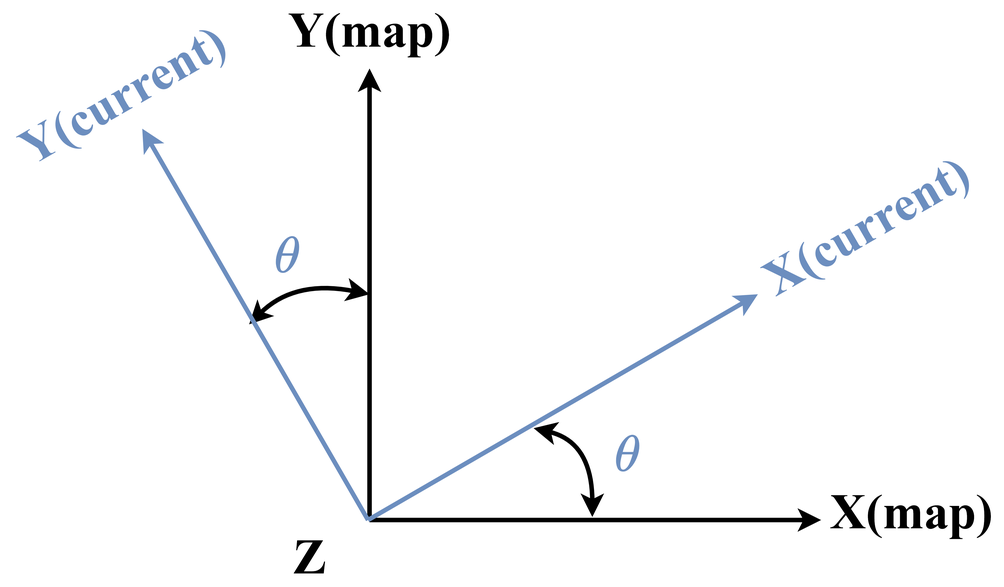
This is Fig/axis_transform.png from limiiii/paper, a draw.io export, as it was before one commit. Source tidied: cells renumbered, new cells last; positions are measured from the earlier drawing's top-left corner, leaving out a move shared by most shapes. The source it was exported from:
```xml
<mxGraphModel math="1">
  <root>
    <mxCell id="0" />
    <mxCell id="1" parent="0" />
    <mxCell id="2" style="group;" parent="1" vertex="1">
      <mxGeometry x="189" width="480" height="350" as="geometry" />
    </mxCell>
    <mxCell id="3" style="endArrow=classic;html=1;rounded=0;strokeWidth=3;" parent="2" edge="1">
      <mxGeometry relative="1" as="geometry">
        <mxPoint x="60" y="340" as="sourcePoint" />
        <mxPoint x="60" y="40" as="targetPoint" />
      </mxGeometry>
    </mxCell>
    <mxCell id="4" style="endArrow=classic;html=1;rounded=0;strokeWidth=3;" parent="2" edge="1">
      <mxGeometry relative="1" as="geometry">
        <mxPoint x="60" y="340" as="sourcePoint" />
        <mxPoint x="360" y="340" as="targetPoint" />
      </mxGeometry>
    </mxCell>
    <mxCell id="5" value="&lt;font style=&quot;font-size: 33px&quot; face=&quot;Times New Roman&quot;&gt;&lt;b&gt;Y(map)&lt;/b&gt;&lt;/font&gt;" style="text;html=1;align=center;verticalAlign=middle;strokeColor=none;fillColor=none;" parent="2" vertex="1">
      <mxGeometry width="120" height="30" as="geometry" />
    </mxCell>
    <mxCell id="6" value="&lt;font style=&quot;font-size: 33px&quot; face=&quot;Times New Roman&quot;&gt;&lt;b&gt;X(map)&lt;/b&gt;&lt;/font&gt;" style="text;html=1;align=center;verticalAlign=middle;strokeColor=none;fillColor=none;" parent="2" vertex="1">
      <mxGeometry x="360" y="320" width="120" height="30" as="geometry" />
    </mxCell>
    <mxCell id="7" value="$$\theta&amp;nbsp;&lt;br&gt;$$" style="text;html=1;align=center;verticalAlign=middle;strokeColor=none;fillColor=none;fontSize=33;fontFamily=Times New Roman;fontColor=#6C8EBF;" parent="2" vertex="1">
      <mxGeometry x="-60" y="120" width="130" height="90" as="geometry" />
    </mxCell>
    <mxCell id="8" style="curved=1;endArrow=classic;html=1;rounded=0;fontFamily=Times New Roman;fontSize=33;fontColor=#6C8EBF;strokeWidth=3;startArrow=classic;startFill=1;" parent="1" edge="1">
      <mxGeometry relative="1" as="geometry">
        <mxPoint x="397" y="338" as="sourcePoint" />
        <mxPoint x="358" y="279" as="targetPoint" />
        <Array as="points">
          <mxPoint x="397" y="288" />
        </Array>
      </mxGeometry>
    </mxCell>
    <mxCell id="9" style="curved=1;endArrow=classic;html=1;rounded=0;fontFamily=Times New Roman;fontSize=33;fontColor=#6C8EBF;strokeWidth=3;startArrow=classic;startFill=1;" parent="1" edge="1">
      <mxGeometry relative="1" as="geometry">
        <mxPoint x="249" y="190" as="sourcePoint" />
        <mxPoint x="169" y="210" as="targetPoint" />
        <Array as="points">
          <mxPoint x="199" y="180" />
        </Array>
      </mxGeometry>
    </mxCell>
    <mxCell id="10" value="$$\theta&amp;nbsp;&lt;br&gt;$$" style="text;html=1;align=center;verticalAlign=middle;strokeColor=none;fillColor=none;fontSize=33;fontFamily=Times New Roman;fontColor=#6C8EBF;" parent="1" vertex="1">
      <mxGeometry x="355" y="252" width="130" height="90" as="geometry" />
    </mxCell>
    <mxCell id="11" style="endArrow=classic;html=1;rounded=0;strokeWidth=3;fillColor=#dae8fc;strokeColor=#6c8ebf;" parent="1" edge="1">
      <mxGeometry relative="1" as="geometry">
        <mxPoint x="248" y="340" as="sourcePoint" />
        <mxPoint x="98" y="80" as="targetPoint" />
      </mxGeometry>
    </mxCell>
    <mxCell id="12" style="endArrow=classic;html=1;rounded=0;strokeWidth=3;fillColor=#dae8fc;strokeColor=#6c8ebf;" parent="1" edge="1">
      <mxGeometry relative="1" as="geometry">
        <mxPoint x="248" y="340" as="sourcePoint" />
        <mxPoint x="507" y="190" as="targetPoint" />
      </mxGeometry>
    </mxCell>
    <mxCell id="13" value="&lt;font style=&quot;font-size: 33px&quot; face=&quot;Times New Roman&quot; color=&quot;#6c8ebf&quot;&gt;&lt;b&gt;Y(current)&lt;/b&gt;&lt;/font&gt;" style="text;html=1;align=center;verticalAlign=middle;strokeColor=none;fillColor=none;rotation=-30;" parent="1" vertex="1">
      <mxGeometry y="43" width="170" height="30" as="geometry" />
    </mxCell>
    <mxCell id="14" value="&lt;font color=&quot;#6c8ebf&quot;&gt;&lt;font style=&quot;font-size: 33px&quot; face=&quot;Times New Roman&quot;&gt;&lt;b&gt;X(&lt;/b&gt;&lt;/font&gt;&lt;b style=&quot;font-family: &amp;#34;times new roman&amp;#34; ; font-size: 33px&quot;&gt;current&lt;/b&gt;&lt;font style=&quot;font-size: 33px&quot; face=&quot;Times New Roman&quot;&gt;&lt;b&gt;)&lt;/b&gt;&lt;/font&gt;&lt;/font&gt;" style="text;html=1;align=center;verticalAlign=middle;strokeColor=none;fillColor=none;rotation=-30;" parent="1" vertex="1">
      <mxGeometry x="494" y="130" width="170" height="30" as="geometry" />
    </mxCell>
    <mxCell id="15" value="&lt;font style=&quot;font-size: 33px&quot; face=&quot;Times New Roman&quot;&gt;&lt;b&gt;Z&lt;/b&gt;&lt;/font&gt;" style="text;html=1;align=center;verticalAlign=middle;strokeColor=none;fillColor=none;" parent="1" vertex="1">
      <mxGeometry x="189" y="350" width="40" height="30" as="geometry" />
    </mxCell>
  </root>
</mxGraphModel>
```
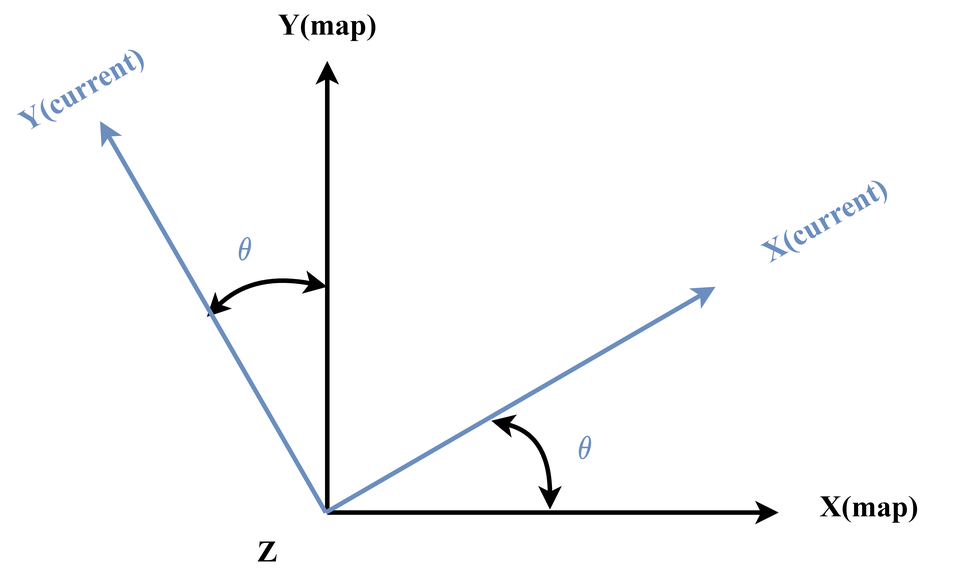
Above is the later version.

Change to the diagram source:
```diff
@@ -17,14 +17,14 @@
         <mxPoint x="360" y="340" as="targetPoint" />
       </mxGeometry>
     </mxCell>
-    <mxCell id="5" value="&lt;font style=&quot;font-size: 33px&quot; face=&quot;Times New Roman&quot;&gt;&lt;b&gt;Y(map)&lt;/b&gt;&lt;/font&gt;" style="text;html=1;align=center;verticalAlign=middle;strokeColor=none;fillColor=none;" parent="2" vertex="1">
-      <mxGeometry width="120" height="30" as="geometry" />
+    <mxCell id="5" value="&lt;font face=&quot;Times New Roman&quot; size=&quot;1&quot;&gt;&lt;b style=&quot;font-size: 20px&quot;&gt;Y(map)&lt;/b&gt;&lt;/font&gt;" style="text;html=1;align=center;verticalAlign=middle;strokeColor=none;fillColor=none;" parent="2" vertex="1">
+      <mxGeometry x="20" y="5" width="80" height="20" as="geometry" />
     </mxCell>
-    <mxCell id="6" value="&lt;font style=&quot;font-size: 33px&quot; face=&quot;Times New Roman&quot;&gt;&lt;b&gt;X(map)&lt;/b&gt;&lt;/font&gt;" style="text;html=1;align=center;verticalAlign=middle;strokeColor=none;fillColor=none;" parent="2" vertex="1">
-      <mxGeometry x="360" y="320" width="120" height="30" as="geometry" />
+    <mxCell id="6" value="&lt;font face=&quot;Times New Roman&quot; size=&quot;1&quot;&gt;&lt;b style=&quot;font-size: 20px&quot;&gt;X(map)&lt;/b&gt;&lt;/font&gt;" style="text;html=1;align=center;verticalAlign=middle;strokeColor=none;fillColor=none;" parent="2" vertex="1">
+      <mxGeometry x="380" y="325" width="80" height="20" as="geometry" />
     </mxCell>
-    <mxCell id="7" value="$$\theta&amp;nbsp;&lt;br&gt;$$" style="text;html=1;align=center;verticalAlign=middle;strokeColor=none;fillColor=none;fontSize=33;fontFamily=Times New Roman;fontColor=#6C8EBF;" parent="2" vertex="1">
-      <mxGeometry x="-60" y="120" width="130" height="90" as="geometry" />
+    <mxCell id="7" value="&lt;font style=&quot;font-size: 20px&quot;&gt;$$\theta&amp;nbsp;&lt;br&gt;$$&lt;/font&gt;" style="text;html=1;align=center;verticalAlign=middle;strokeColor=none;fillColor=none;fontSize=33;fontFamily=Times New Roman;fontColor=#6C8EBF;" parent="2" vertex="1">
+      <mxGeometry x="-40" y="115" width="90" height="100" as="geometry" />
     </mxCell>
     <mxCell id="8" style="curved=1;endArrow=classic;html=1;rounded=0;fontFamily=Times New Roman;fontSize=33;fontColor=#6C8EBF;strokeWidth=3;startArrow=classic;startFill=1;" parent="1" edge="1">
       <mxGeometry relative="1" as="geometry">
@@ -44,8 +44,8 @@
         </Array>
       </mxGeometry>
     </mxCell>
-    <mxCell id="10" value="$$\theta&amp;nbsp;&lt;br&gt;$$" style="text;html=1;align=center;verticalAlign=middle;strokeColor=none;fillColor=none;fontSize=33;fontFamily=Times New Roman;fontColor=#6C8EBF;" parent="1" vertex="1">
-      <mxGeometry x="355" y="252" width="130" height="90" as="geometry" />
+    <mxCell id="10" value="&lt;font style=&quot;font-size: 20px&quot;&gt;$$\theta&amp;nbsp;&lt;br&gt;$$&lt;/font&gt;" style="text;html=1;align=center;verticalAlign=middle;strokeColor=none;fillColor=none;fontSize=33;fontFamily=Times New Roman;fontColor=#6C8EBF;" parent="1" vertex="1">
+      <mxGeometry x="375" y="247" width="90" height="100" as="geometry" />
     </mxCell>
     <mxCell id="11" style="endArrow=classic;html=1;rounded=0;strokeWidth=3;fillColor=#dae8fc;strokeColor=#6c8ebf;" parent="1" edge="1">
       <mxGeometry relative="1" as="geometry">
@@ -59,14 +59,14 @@
         <mxPoint x="507" y="190" as="targetPoint" />
       </mxGeometry>
     </mxCell>
-    <mxCell id="13" value="&lt;font style=&quot;font-size: 33px&quot; face=&quot;Times New Roman&quot; color=&quot;#6c8ebf&quot;&gt;&lt;b&gt;Y(current)&lt;/b&gt;&lt;/font&gt;" style="text;html=1;align=center;verticalAlign=middle;strokeColor=none;fillColor=none;rotation=-30;" parent="1" vertex="1">
-      <mxGeometry y="43" width="170" height="30" as="geometry" />
+    <mxCell id="13" value="&lt;font face=&quot;Times New Roman&quot; color=&quot;#6c8ebf&quot; size=&quot;1&quot;&gt;&lt;b style=&quot;font-size: 20px&quot;&gt;Y(current)&lt;/b&gt;&lt;/font&gt;" style="text;html=1;align=center;verticalAlign=middle;strokeColor=none;fillColor=none;rotation=-30;" parent="1" vertex="1">
+      <mxGeometry x="30" y="48" width="110" height="20" as="geometry" />
     </mxCell>
-    <mxCell id="14" value="&lt;font color=&quot;#6c8ebf&quot;&gt;&lt;font style=&quot;font-size: 33px&quot; face=&quot;Times New Roman&quot;&gt;&lt;b&gt;X(&lt;/b&gt;&lt;/font&gt;&lt;b style=&quot;font-family: &amp;#34;times new roman&amp;#34; ; font-size: 33px&quot;&gt;current&lt;/b&gt;&lt;font style=&quot;font-size: 33px&quot; face=&quot;Times New Roman&quot;&gt;&lt;b&gt;)&lt;/b&gt;&lt;/font&gt;&lt;/font&gt;" style="text;html=1;align=center;verticalAlign=middle;strokeColor=none;fillColor=none;rotation=-30;" parent="1" vertex="1">
-      <mxGeometry x="494" y="130" width="170" height="30" as="geometry" />
+    <mxCell id="14" value="&lt;font color=&quot;#6c8ebf&quot; style=&quot;font-size: 20px&quot;&gt;&lt;font style=&quot;font-size: 20px&quot; face=&quot;Times New Roman&quot;&gt;&lt;b&gt;X(&lt;/b&gt;&lt;/font&gt;&lt;b style=&quot;font-family: &amp;#34;times new roman&amp;#34;&quot;&gt;current&lt;/b&gt;&lt;font style=&quot;font-size: 20px&quot; face=&quot;Times New Roman&quot;&gt;&lt;b&gt;)&lt;/b&gt;&lt;/font&gt;&lt;/font&gt;" style="text;html=1;align=center;verticalAlign=middle;strokeColor=none;fillColor=none;rotation=-30;" parent="1" vertex="1">
+      <mxGeometry x="524" y="135" width="110" height="20" as="geometry" />
     </mxCell>
-    <mxCell id="15" value="&lt;font style=&quot;font-size: 33px&quot; face=&quot;Times New Roman&quot;&gt;&lt;b&gt;Z&lt;/b&gt;&lt;/font&gt;" style="text;html=1;align=center;verticalAlign=middle;strokeColor=none;fillColor=none;" parent="1" vertex="1">
-      <mxGeometry x="189" y="350" width="40" height="30" as="geometry" />
+    <mxCell id="15" value="&lt;font face=&quot;Times New Roman&quot; size=&quot;1&quot;&gt;&lt;b style=&quot;font-size: 20px&quot;&gt;Z&lt;/b&gt;&lt;/font&gt;" style="text;html=1;align=center;verticalAlign=middle;strokeColor=none;fillColor=none;" parent="1" vertex="1">
+      <mxGeometry x="194" y="355" width="30" height="20" as="geometry" />
     </mxCell>
   </root>
 </mxGraphModel>
```
